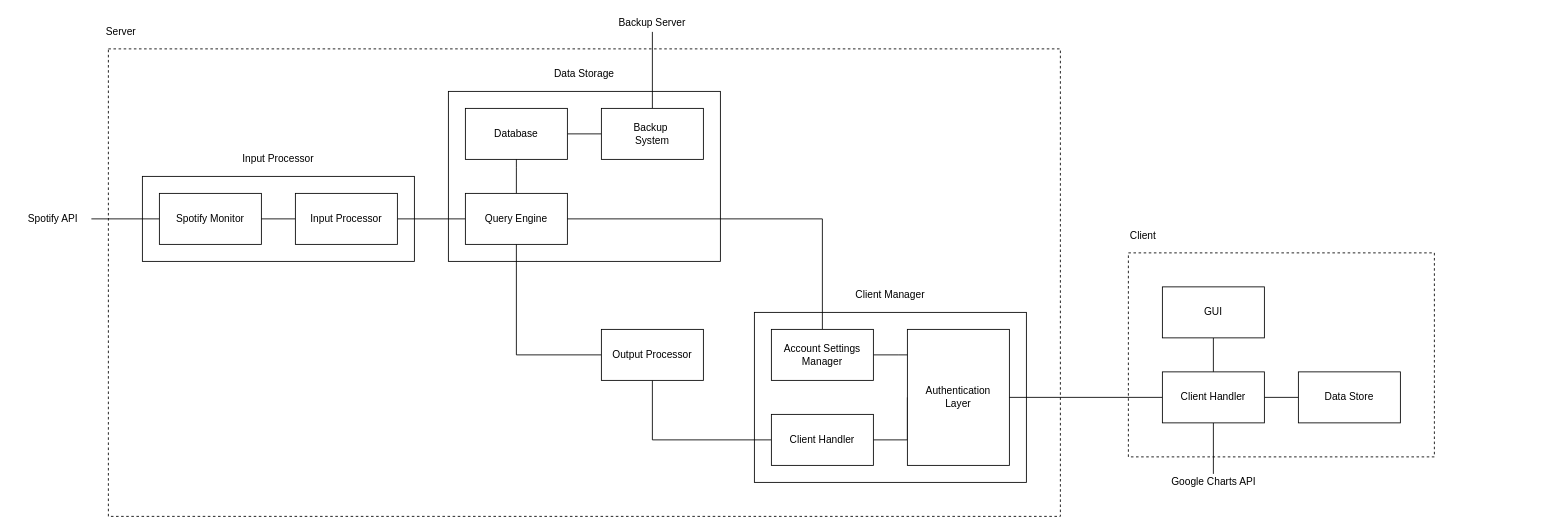
The draw.io diagram Design/HLA/hla.drawio in jcryer/CSED-2, before the edit. Source tidied: cells renumbered, new cells numbered last; positions are measured from the earlier drawing's top-left corner, leaving out a move shared by most shapes. Both pictures are drawn from the tidied source at 85%, with x=0, y=0 at pixel (14, 14).
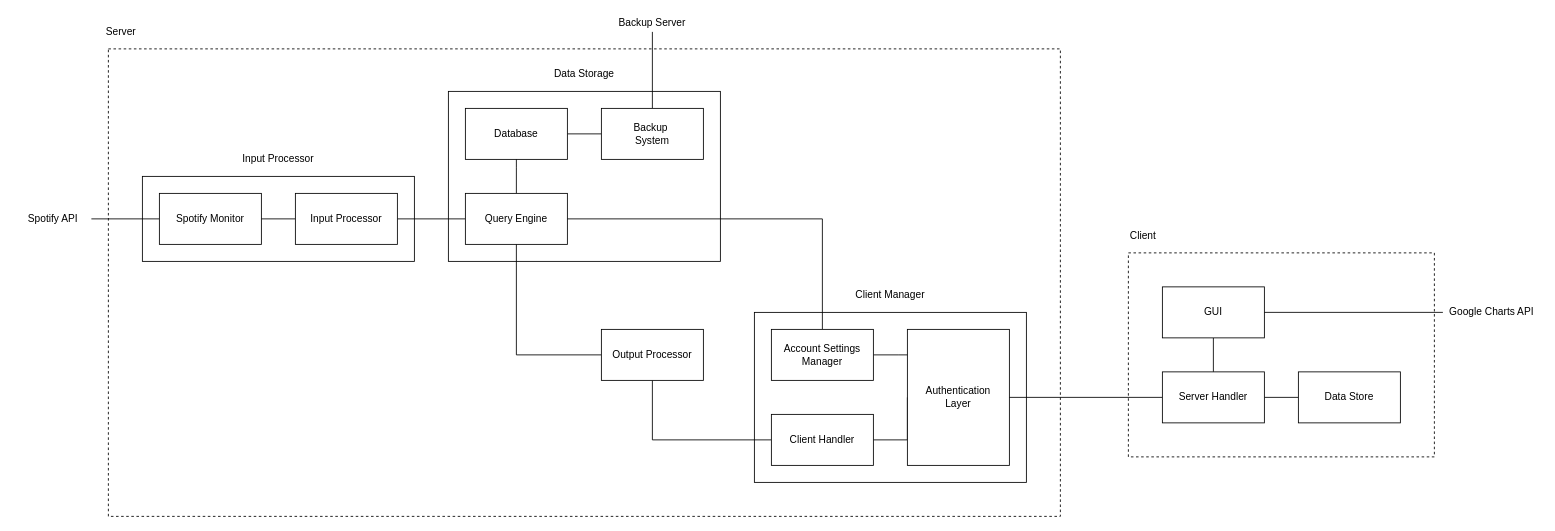
Above is the later version.

The change refers to these unchanged cells:
```xml
<mxCell id="38" value="GUI" style="rounded=0;whiteSpace=wrap;html=1;" parent="1" vertex="1">
  <mxGeometry x="1350" y="320" width="120" height="60" as="geometry" />
</mxCell>
```

Change to the diagram source:
```diff
@@
-    <mxCell id="35" style="edgeStyle=orthogonalEdgeStyle;rounded=0;jettySize=auto;html=1;entryX=0.5;entryY=0;entryDx=0;entryDy=0;endArrow=none;endFill=0;" parent="1" edge="1" source="36" target="39">
-      <mxGeometry relative="1" as="geometry" />
-    </mxCell>
-    <mxCell id="36" value="Client Handler" style="rounded=0;whiteSpace=wrap;html=1;" parent="1" vertex="1">
+    <mxCell id="36" value="Server Handler" style="rounded=0;whiteSpace=wrap;html=1;" parent="1" vertex="1">
       <mxGeometry x="1350" y="420" width="120" height="60" as="geometry" />
     </mxCell>
@@
+    <mxCell id="42" style="edgeStyle=orthogonalEdgeStyle;rounded=0;jettySize=auto;html=1;endArrow=none;endFill=0;" parent="1" edge="1" source="39" target="38">
+      <mxGeometry relative="1" as="geometry" />
+    </mxCell>
     <mxCell id="39" value="Google Charts API" style="text;html=1;strokeColor=none;fillColor=none;align=center;verticalAlign=middle;whiteSpace=wrap;rounded=0;" parent="1" vertex="1">
-      <mxGeometry x="1352.5" y="540" width="115" height="20" as="geometry" />
+      <mxGeometry x="1680" y="340" width="115" height="20" as="geometry" />
     </mxCell>
```
